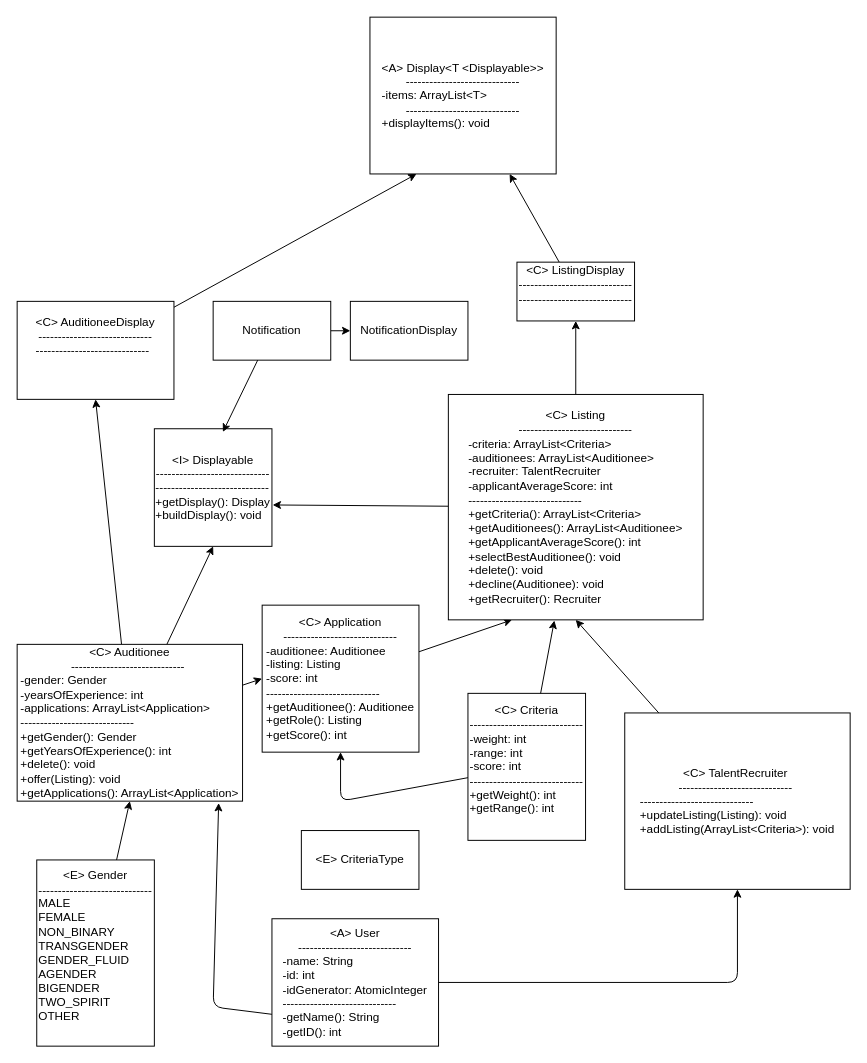
Earlier version of the draw.io diagram main/docs/UML.drawio (daleUrquhart/TEMS). Source tidied: cells renumbered, new cells numbered last; positions are measured from the earlier drawing's top-left corner, leaving out a move shared by most shapes. Both pictures are drawn from the tidied source at 98%, with x=0, y=0 at pixel (17, 17).
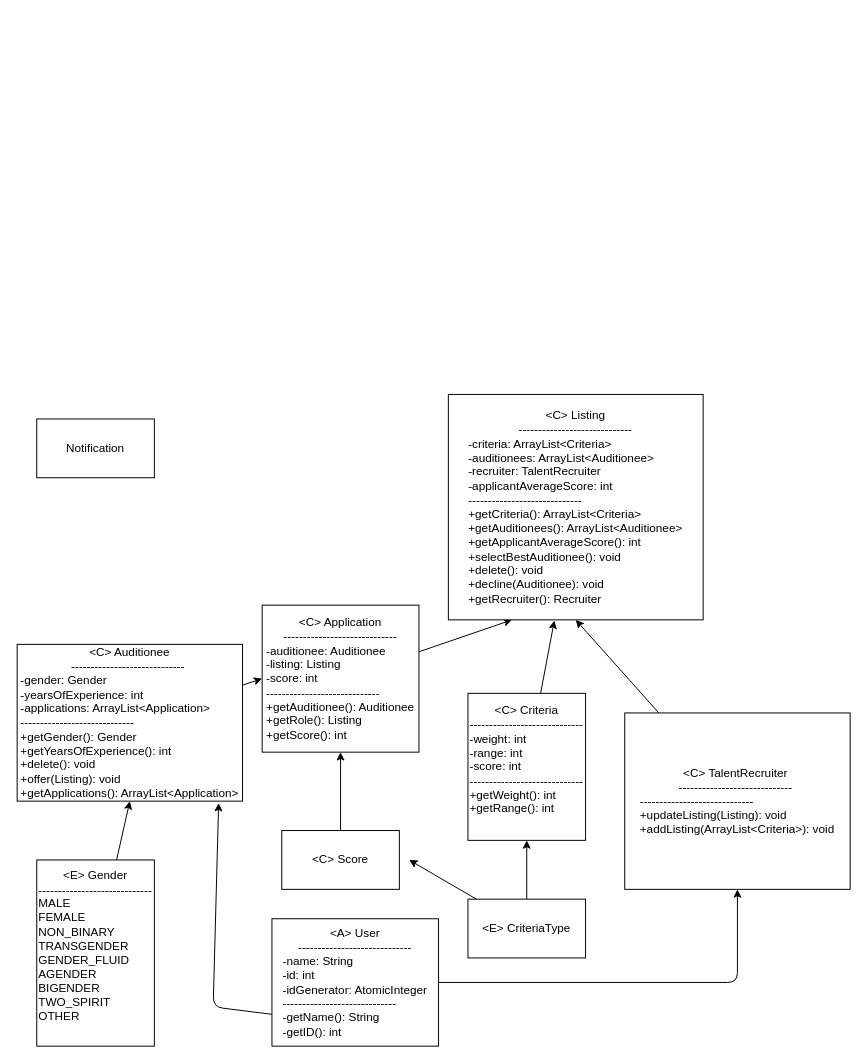
The same diagram, later.

Unchanged cells that the change refers to:
```xml
<mxCell id="7" value="&amp;lt;C&amp;gt; Auditionee&lt;br&gt;-----------------------------&amp;nbsp;&lt;div style=&quot;text-align: left;&quot;&gt;-gender: Gender&lt;/div&gt;&lt;div style=&quot;text-align: left;&quot;&gt;-yearsOfExperience: int&lt;/div&gt;&lt;div style=&quot;text-align: left;&quot;&gt;-applications: ArrayList&amp;lt;Application&amp;gt;&lt;/div&gt;&lt;div style=&quot;text-align: left;&quot;&gt;-----------------------------&amp;nbsp;&lt;/div&gt;&lt;div style=&quot;text-align: left;&quot;&gt;+getGender(): Gender&lt;/div&gt;&lt;div style=&quot;text-align: left;&quot;&gt;+getYearsOfExperience(): int&lt;/div&gt;&lt;div style=&quot;text-align: left;&quot;&gt;+delete(): void&lt;/div&gt;&lt;span style=&quot;&quot;&gt;&lt;div style=&quot;text-align: left;&quot;&gt;&lt;span style=&quot;background-color: initial;&quot;&gt;+offer(Listing): void&lt;/span&gt;&lt;/div&gt;&lt;div style=&quot;text-align: left;&quot;&gt;&lt;span style=&quot;background-color: initial;&quot;&gt;+getApplications(): ArrayList&amp;lt;Application&amp;gt;&lt;/span&gt;&lt;/div&gt;&lt;/span&gt;" style="whiteSpace=wrap;html=1;" parent="1" vertex="1">
  <mxGeometry y="640" width="230" height="160" as="geometry" />
</mxCell>
<mxCell id="9" value="&amp;lt;C&amp;gt; Application&lt;br&gt;-----------------------------&lt;br&gt;&lt;div style=&quot;text-align: left;&quot;&gt;-auditionee: Auditionee&lt;/div&gt;&lt;div style=&quot;text-align: left;&quot;&gt;&lt;span style=&quot;background-color: initial;&quot;&gt;-listing: Listing&lt;/span&gt;&lt;br&gt;&lt;/div&gt;&lt;div style=&quot;text-align: left;&quot;&gt;-score: int&lt;/div&gt;&lt;div style=&quot;text-align: left;&quot;&gt;&lt;span style=&quot;text-align: center;&quot;&gt;-----------------------------&lt;/span&gt;&lt;br style=&quot;text-align: center;&quot;&gt;&lt;/div&gt;&lt;div style=&quot;text-align: left;&quot;&gt;+getAuditionee(): Auditionee&lt;/div&gt;&lt;div style=&quot;text-align: left;&quot;&gt;+getRole(): Listing&lt;/div&gt;&lt;div style=&quot;text-align: left;&quot;&gt;+getScore(): int&lt;/div&gt;" style="whiteSpace=wrap;html=1;" parent="1" vertex="1">
  <mxGeometry x="250" y="600" width="160" height="150" as="geometry" />
</mxCell>
<mxCell id="14" value="&amp;lt;C&amp;gt; Listing&lt;br&gt;-----------------------------&lt;br&gt;&lt;div style=&quot;text-align: left;&quot;&gt;-criteria: ArrayList&amp;lt;Criteria&amp;gt;&lt;/div&gt;&lt;div style=&quot;text-align: left;&quot;&gt;-auditionees: ArrayList&amp;lt;Auditionee&amp;gt;&lt;/div&gt;&lt;div style=&quot;text-align: left;&quot;&gt;&lt;div&gt;-recruiter: TalentRecruiter&lt;/div&gt;&lt;/div&gt;&lt;div style=&quot;text-align: left;&quot;&gt;-applicantAverageScore: int&lt;/div&gt;&lt;div style=&quot;text-align: left;&quot;&gt;&lt;span style=&quot;text-align: center;&quot;&gt;-----------------------------&lt;/span&gt;&lt;br style=&quot;text-align: center;&quot;&gt;&lt;/div&gt;&lt;div style=&quot;text-align: left;&quot;&gt;&lt;span style=&quot;text-align: center;&quot;&gt;+getCriteria(): ArrayList&amp;lt;Criteria&amp;gt;&lt;/span&gt;&lt;/div&gt;&lt;div style=&quot;text-align: left;&quot;&gt;&lt;span style=&quot;text-align: center;&quot;&gt;+getAuditionees(): ArrayList&amp;lt;Auditionee&amp;gt;&lt;/span&gt;&lt;/div&gt;&lt;div style=&quot;text-align: left;&quot;&gt;&lt;span style=&quot;text-align: center;&quot;&gt;+getApplicantAverageScore(): int&lt;/span&gt;&lt;/div&gt;&lt;div style=&quot;text-align: left;&quot;&gt;&lt;span style=&quot;text-align: center;&quot;&gt;+selectBestAuditionee(): void&lt;/span&gt;&lt;/div&gt;&lt;div style=&quot;text-align: left;&quot;&gt;&lt;span style=&quot;text-align: center;&quot;&gt;+delete(): void&lt;/span&gt;&lt;/div&gt;&lt;div style=&quot;text-align: left;&quot;&gt;&lt;span style=&quot;text-align: center;&quot;&gt;+decline(Auditionee): void&lt;/span&gt;&lt;/div&gt;&lt;div style=&quot;text-align: left;&quot;&gt;&lt;span style=&quot;text-align: center;&quot;&gt;+getRecruiter(): Recruiter&lt;/span&gt;&lt;/div&gt;" style="whiteSpace=wrap;html=1;" parent="1" vertex="1">
  <mxGeometry x="440" y="385" width="260" height="230" as="geometry" />
</mxCell>
<mxCell id="16" value="&amp;lt;C&amp;gt; Criteria&lt;br&gt;-----------------------------&lt;br&gt;&lt;div style=&quot;text-align: left;&quot;&gt;-weight: int&lt;/div&gt;&lt;div style=&quot;text-align: left;&quot;&gt;-range: int&lt;/div&gt;&lt;div style=&quot;text-align: left;&quot;&gt;-score: int&lt;/div&gt;&lt;div style=&quot;text-align: left;&quot;&gt;-----------------------------&lt;/div&gt;&lt;div style=&quot;text-align: left;&quot;&gt;+getWeight(): int&lt;/div&gt;&lt;div style=&quot;text-align: left;&quot;&gt;+getRange(): int&lt;/div&gt;&lt;div style=&quot;text-align: left;&quot;&gt;&lt;br&gt;&lt;/div&gt;" style="whiteSpace=wrap;html=1;" parent="1" vertex="1">
  <mxGeometry x="460" y="690" width="120" height="150" as="geometry" />
</mxCell>
```

Diff of the diagram source:
```diff
@@
-    <mxCell id="4" style="edgeStyle=none;html=1;entryX=0.5;entryY=1;entryDx=0;entryDy=0;" parent="1" edge="1" source="7" target="23">
-      <mxGeometry relative="1" as="geometry" />
-    </mxCell>
-    <mxCell id="5" style="edgeStyle=none;html=1;entryX=0.5;entryY=1;entryDx=0;entryDy=0;" parent="1" edge="1" source="7" target="25">
-      <mxGeometry relative="1" as="geometry" />
-    </mxCell>
@@
-    <mxCell id="12" style="edgeStyle=none;html=1;entryX=0.5;entryY=1;entryDx=0;entryDy=0;" parent="1" edge="1" source="14" target="21">
-      <mxGeometry relative="1" as="geometry" />
-    </mxCell>
-    <mxCell id="13" style="edgeStyle=none;html=1;entryX=1.006;entryY=0.648;entryDx=0;entryDy=0;entryPerimeter=0;" parent="1" edge="1" source="14" target="25">
-      <mxGeometry relative="1" as="geometry" />
-    </mxCell>
@@
-    <mxCell id="15" style="edgeStyle=none;html=1;entryX=0.5;entryY=1;entryDx=0;entryDy=0;" parent="1" edge="1" source="16" target="9">
-      <mxGeometry relative="1" as="geometry">
-        <Array as="points">
-          <mxPoint x="330" y="800" />
-        </Array>
-      </mxGeometry>
-    </mxCell>
@@
-    <mxCell id="20" style="edgeStyle=none;html=1;entryX=0.75;entryY=1;entryDx=0;entryDy=0;" parent="1" edge="1" source="21" target="24">
-      <mxGeometry relative="1" as="geometry" />
-    </mxCell>
-    <mxCell id="21" value="&amp;lt;C&amp;gt; ListingDisplay&lt;br&gt;-----------------------------&lt;br&gt;&lt;div style=&quot;text-align: left;&quot;&gt;-----------------------------&lt;br&gt;&lt;div&gt;&lt;br&gt;&lt;/div&gt;&lt;/div&gt;" style="whiteSpace=wrap;html=1;" parent="1" vertex="1">
-      <mxGeometry x="510" y="250" width="120" height="60" as="geometry" />
-    </mxCell>
-    <mxCell id="22" style="edgeStyle=none;html=1;entryX=0.25;entryY=1;entryDx=0;entryDy=0;" parent="1" edge="1" source="23" target="24">
-      <mxGeometry relative="1" as="geometry" />
-    </mxCell>
-    <mxCell id="23" value="&amp;lt;C&amp;gt; AuditioneeDisplay&lt;br&gt;-----------------------------&lt;br&gt;&lt;div style=&quot;text-align: left;&quot;&gt;-----------------------------&amp;nbsp;&lt;div&gt;&lt;br&gt;&lt;/div&gt;&lt;div&gt;&lt;br&gt;&lt;/div&gt;&lt;/div&gt;" style="whiteSpace=wrap;html=1;" parent="1" vertex="1">
-      <mxGeometry y="290" width="160" height="100" as="geometry" />
-    </mxCell>
-    <mxCell id="24" value="&amp;lt;A&amp;gt; Display&amp;lt;T &amp;lt;Displayable&amp;gt;&amp;gt;&lt;br&gt;-----------------------------&lt;br&gt;&lt;div style=&quot;text-align: left;&quot;&gt;-items: ArrayList&amp;lt;T&amp;gt;&lt;/div&gt;-----------------------------&lt;br&gt;&lt;div style=&quot;text-align: left;&quot;&gt;+displayItems(): void&lt;/div&gt;" style="whiteSpace=wrap;html=1;" parent="1" vertex="1">
-      <mxGeometry x="360" width="190" height="160" as="geometry" />
-    </mxCell>
-    <mxCell id="25" value="&amp;lt;I&amp;gt; Displayable&lt;br&gt;-----------------------------&lt;br&gt;&lt;div style=&quot;text-align: left;&quot;&gt;-----------------------------&lt;br&gt;&lt;div&gt;+getDisplay(): Display&lt;/div&gt;&lt;div&gt;+buildDisplay(): void&lt;/div&gt;&lt;/div&gt;" style="whiteSpace=wrap;html=1;" parent="1" vertex="1">
-      <mxGeometry x="140" y="420" width="120" height="120" as="geometry" />
-    </mxCell>
-    <mxCell id="26" value="NotificationDisplay&lt;br&gt;" style="whiteSpace=wrap;html=1;" parent="1" vertex="1">
-      <mxGeometry x="340" y="290" width="120" height="60" as="geometry" />
-    </mxCell>
-    <mxCell id="27" style="edgeStyle=none;html=1;" parent="1" edge="1" source="28" target="26">
-      <mxGeometry relative="1" as="geometry" />
-    </mxCell>
     <mxCell id="28" value="Notification" style="whiteSpace=wrap;html=1;" parent="1" vertex="1">
-      <mxGeometry x="200" y="290" width="120" height="60" as="geometry" />
+      <mxGeometry x="20" y="410" width="120" height="60" as="geometry" />
     </mxCell>
-    <mxCell id="29" style="edgeStyle=none;html=1;entryX=0.583;entryY=0.027;entryDx=0;entryDy=0;entryPerimeter=0;" parent="1" edge="1" source="28" target="25">
-      <mxGeometry relative="1" as="geometry" />
-    </mxCell>
@@
+    <mxCell id="32" style="edgeStyle=none;html=1;entryX=0.5;entryY=1;entryDx=0;entryDy=0;" parent="1" edge="1" source="31" target="16">
+      <mxGeometry relative="1" as="geometry" />
+    </mxCell>
+    <mxCell id="33" style="edgeStyle=none;html=1;" parent="1" edge="1" source="31">
+      <mxGeometry relative="1" as="geometry">
+        <mxPoint x="400" y="860" as="targetPoint" />
+      </mxGeometry>
+    </mxCell>
     <mxCell id="31" value="&amp;lt;E&amp;gt; CriteriaType" style="whiteSpace=wrap;html=1;" parent="1" vertex="1">
-      <mxGeometry x="290" y="830" width="120" height="60" as="geometry" />
+      <mxGeometry x="460" y="900" width="120" height="60" as="geometry" />
     </mxCell>
+    <mxCell id="34" style="edgeStyle=none;html=1;entryX=0.5;entryY=1;entryDx=0;entryDy=0;" parent="1" edge="1" source="35" target="9">
+      <mxGeometry relative="1" as="geometry" />
+    </mxCell>
+    <mxCell id="35" value="&amp;lt;C&amp;gt; Score" style="whiteSpace=wrap;html=1;" parent="1" vertex="1">
+      <mxGeometry x="270" y="830" width="120" height="60" as="geometry" />
+    </mxCell>
```
